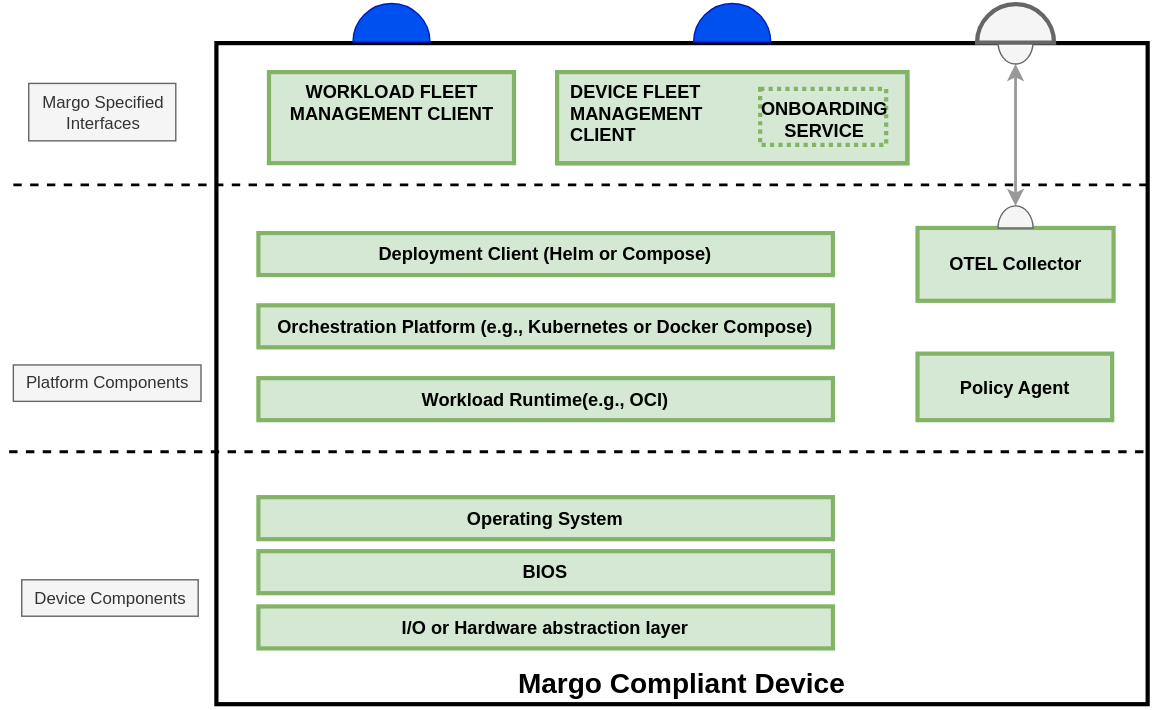
The draw.io diagram system-design/figures/device-layers.drawio.svg in margo/general_website_content, before a commit. Source tidied: cells renumbered, new cells last; positions are measured from the earlier drawing's top-left corner, leaving out a move shared by most shapes.
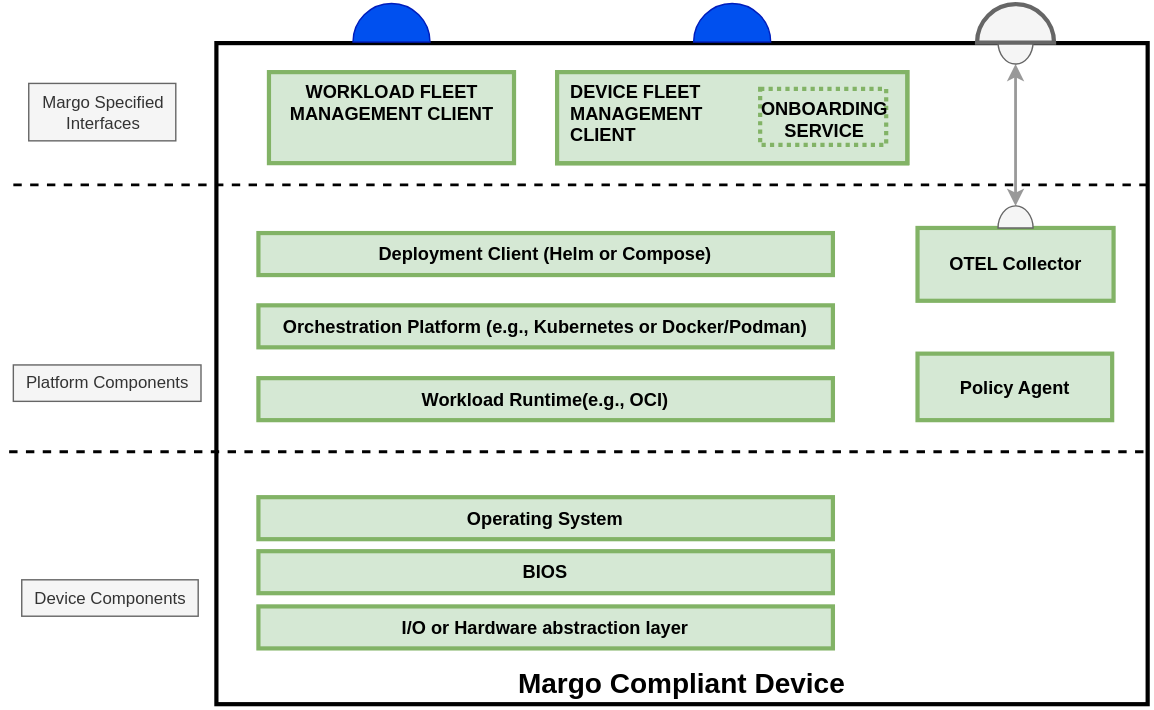
The same diagram one commit later.

Commit message:
Update to device layers drawing, clears up some confusing labels.

The edit, as a diff of the source:
```diff
@@ -50,7 +50,7 @@
     <mxCell id="15" value="Deployment Client (Helm or Compose)" style="whiteSpace=wrap;align=center;verticalAlign=middle;fontStyle=1;strokeWidth=3;fontSize=13;rounded=0;fillColor=#d5e8d4;strokeColor=#82b366;fontFamily=Helvetica;" parent="1" vertex="1">
       <mxGeometry x="184" y="165.9" width="410.2" height="30" as="geometry" />
     </mxCell>
-    <mxCell id="16" value="Orchestration Platform (e.g., Kubernetes or Docker Compose)" style="whiteSpace=wrap;align=center;verticalAlign=middle;fontStyle=1;strokeWidth=3;fontSize=13;rounded=0;fillColor=#d5e8d4;strokeColor=#82b366;fontFamily=Helvetica;" parent="1" vertex="1">
+    <mxCell id="16" value="Orchestration Platform (e.g., Kubernetes or Docker/Podman)" style="whiteSpace=wrap;align=center;verticalAlign=middle;fontStyle=1;strokeWidth=3;fontSize=13;rounded=0;fillColor=#d5e8d4;strokeColor=#82b366;fontFamily=Helvetica;" parent="1" vertex="1">
       <mxGeometry x="184" y="217.5" width="410.2" height="30" as="geometry" />
     </mxCell>
     <mxCell id="17" value="Workload Runtime(e.g., OCI)" style="whiteSpace=wrap;align=center;verticalAlign=middle;fontStyle=1;strokeWidth=3;fontSize=13;rounded=0;fillColor=#d5e8d4;strokeColor=#82b366;fontFamily=Helvetica;" parent="1" vertex="1">
```
